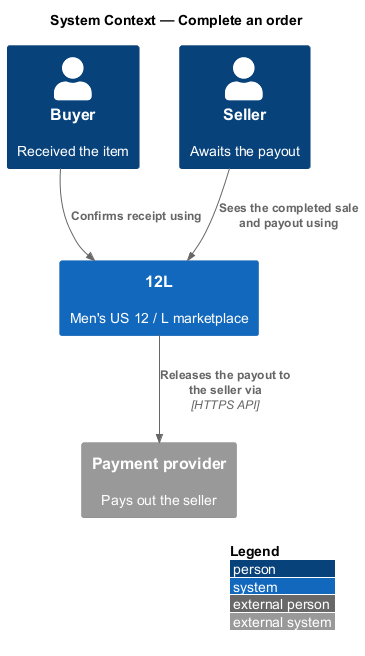
QuinntyneBrown/12l keeps this PlantUML diagram as docs/detailed-designs/orders/complete-order/diagrams/c4-context.png. Above is the earlier version. Source of this version:
```plantuml
@startuml
!include <C4/C4_Context>
LAYOUT_WITH_LEGEND()
title System Context — Complete an order

Person(buyer, "Buyer", "Received the item")
Person(seller, "Seller", "Awaits the payout")
System(twelvel, "12L", "Men's US 12 / L marketplace")
System_Ext(pay, "Payment provider", "Pays out the seller")
Rel(buyer, twelvel, "Confirms receipt using")
Rel(twelvel, pay, "Releases the payout to the seller via", "HTTPS API")
Rel(seller, twelvel, "Sees the completed sale and payout using")
@enduml
```
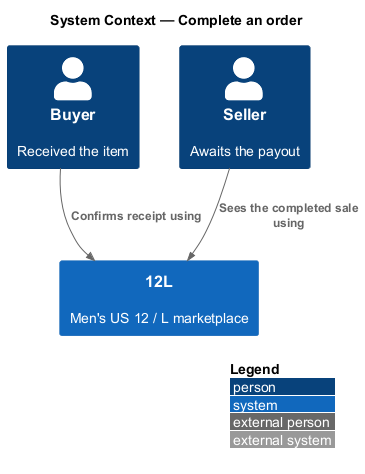
Above is the later version.

What changed in the source:
```diff
@@ -6,8 +6,6 @@
 Person(buyer, "Buyer", "Received the item")
 Person(seller, "Seller", "Awaits the payout")
 System(twelvel, "12L", "Men's US 12 / L marketplace")
-System_Ext(pay, "Payment provider", "Pays out the seller")
 Rel(buyer, twelvel, "Confirms receipt using")
-Rel(twelvel, pay, "Releases the payout to the seller via", "HTTPS API")
-Rel(seller, twelvel, "Sees the completed sale and payout using")
+Rel(seller, twelvel, "Sees the completed sale using")
 @enduml
```
